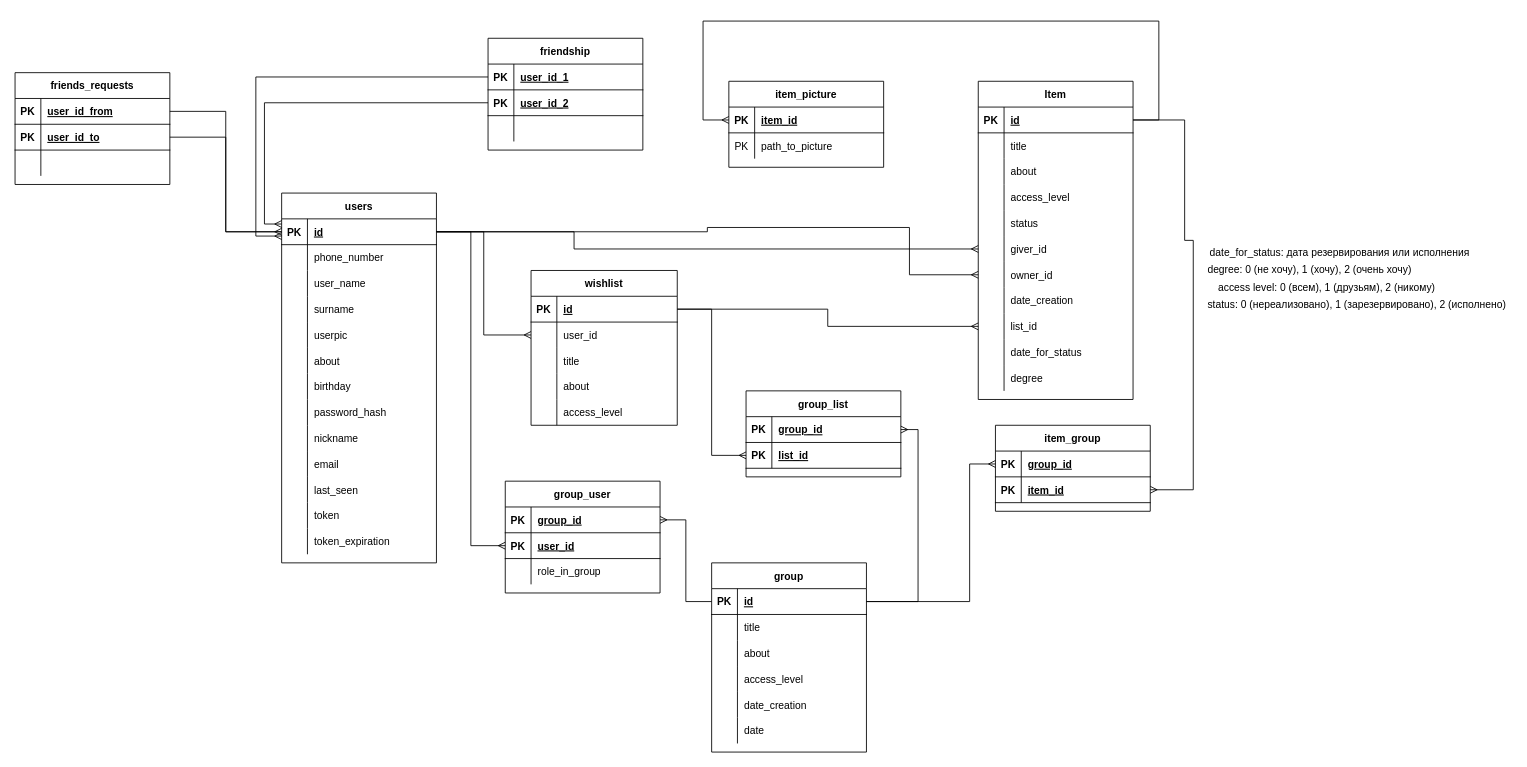
Before: other/ER_wishlist.drawio in johuex/wishlist_GQL, a draw.io diagram. Source tidied: cells renumbered, new cells numbered last; positions are measured from the earlier drawing's top-left corner, leaving out a move shared by most shapes. Both pictures are drawn from the tidied source at 86%, with x=0, y=0 at pixel (15, 21).
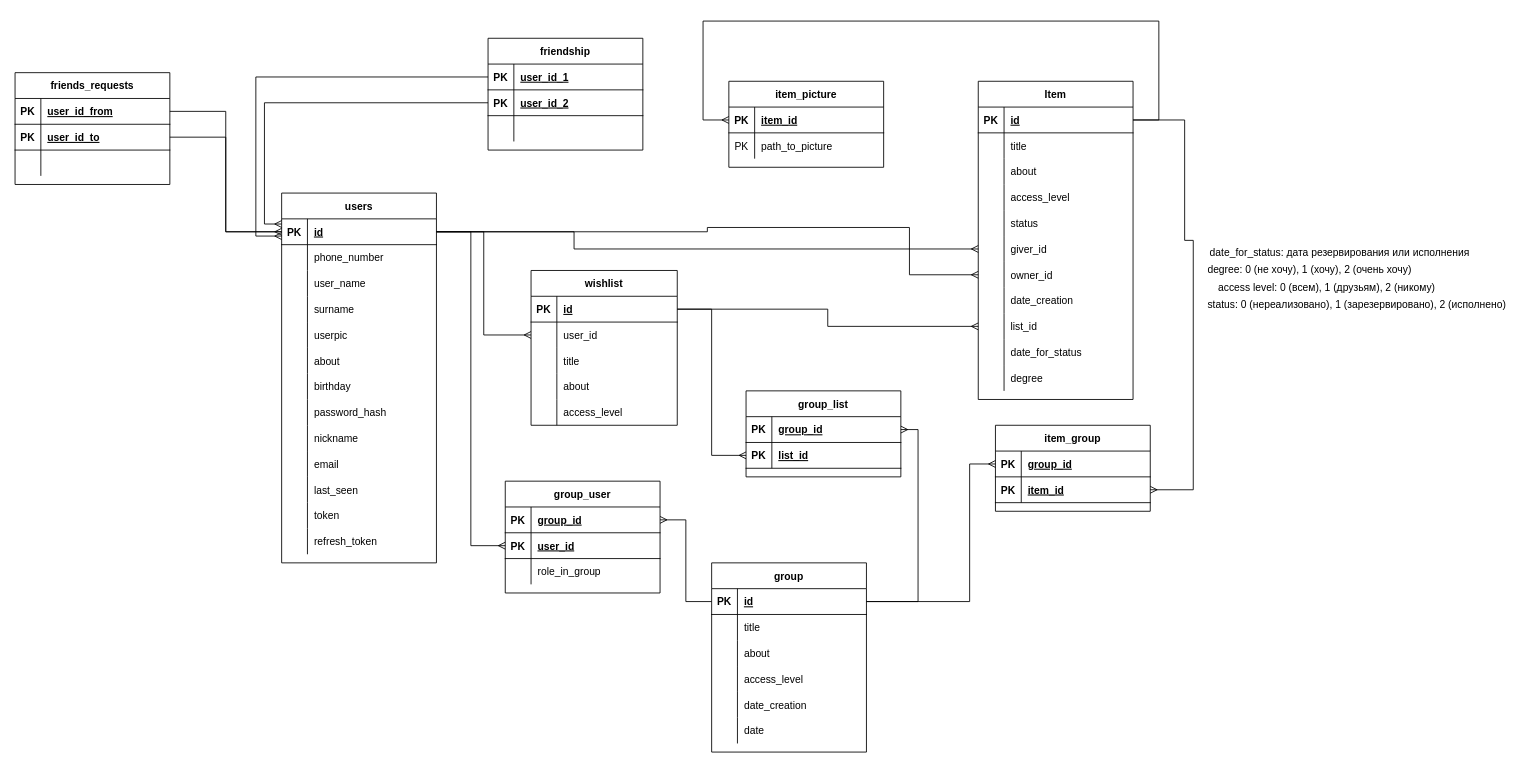
The same diagram, later.

Commit message (it also covers changes not shown here):
add additem mutation - works + query for wishlist and item

Unchanged cells that the change refers to:
```xml
<mxCell id="39" style="shape=partialRectangle;fillColor=none;top=0;left=0;bottom=0;right=0;" parent="2" vertex="1">
  <mxGeometry y="390" width="180" height="30" as="geometry" />
</mxCell>
```

Diff of the diagram source:
```diff
@@
-    <mxCell id="41" value="token_expiration" style="shape=partialRectangle;fillColor=none;top=0;left=0;bottom=0;right=0;align=left;spacingLeft=6;overflow=hidden;" parent="39" vertex="1">
+    <mxCell id="41" value="refresh_token" style="shape=partialRectangle;fillColor=none;top=0;left=0;bottom=0;right=0;align=left;spacingLeft=6;overflow=hidden;" parent="39" vertex="1">
       <mxGeometry x="30" width="150" height="30" as="geometry" />
     </mxCell>
```
